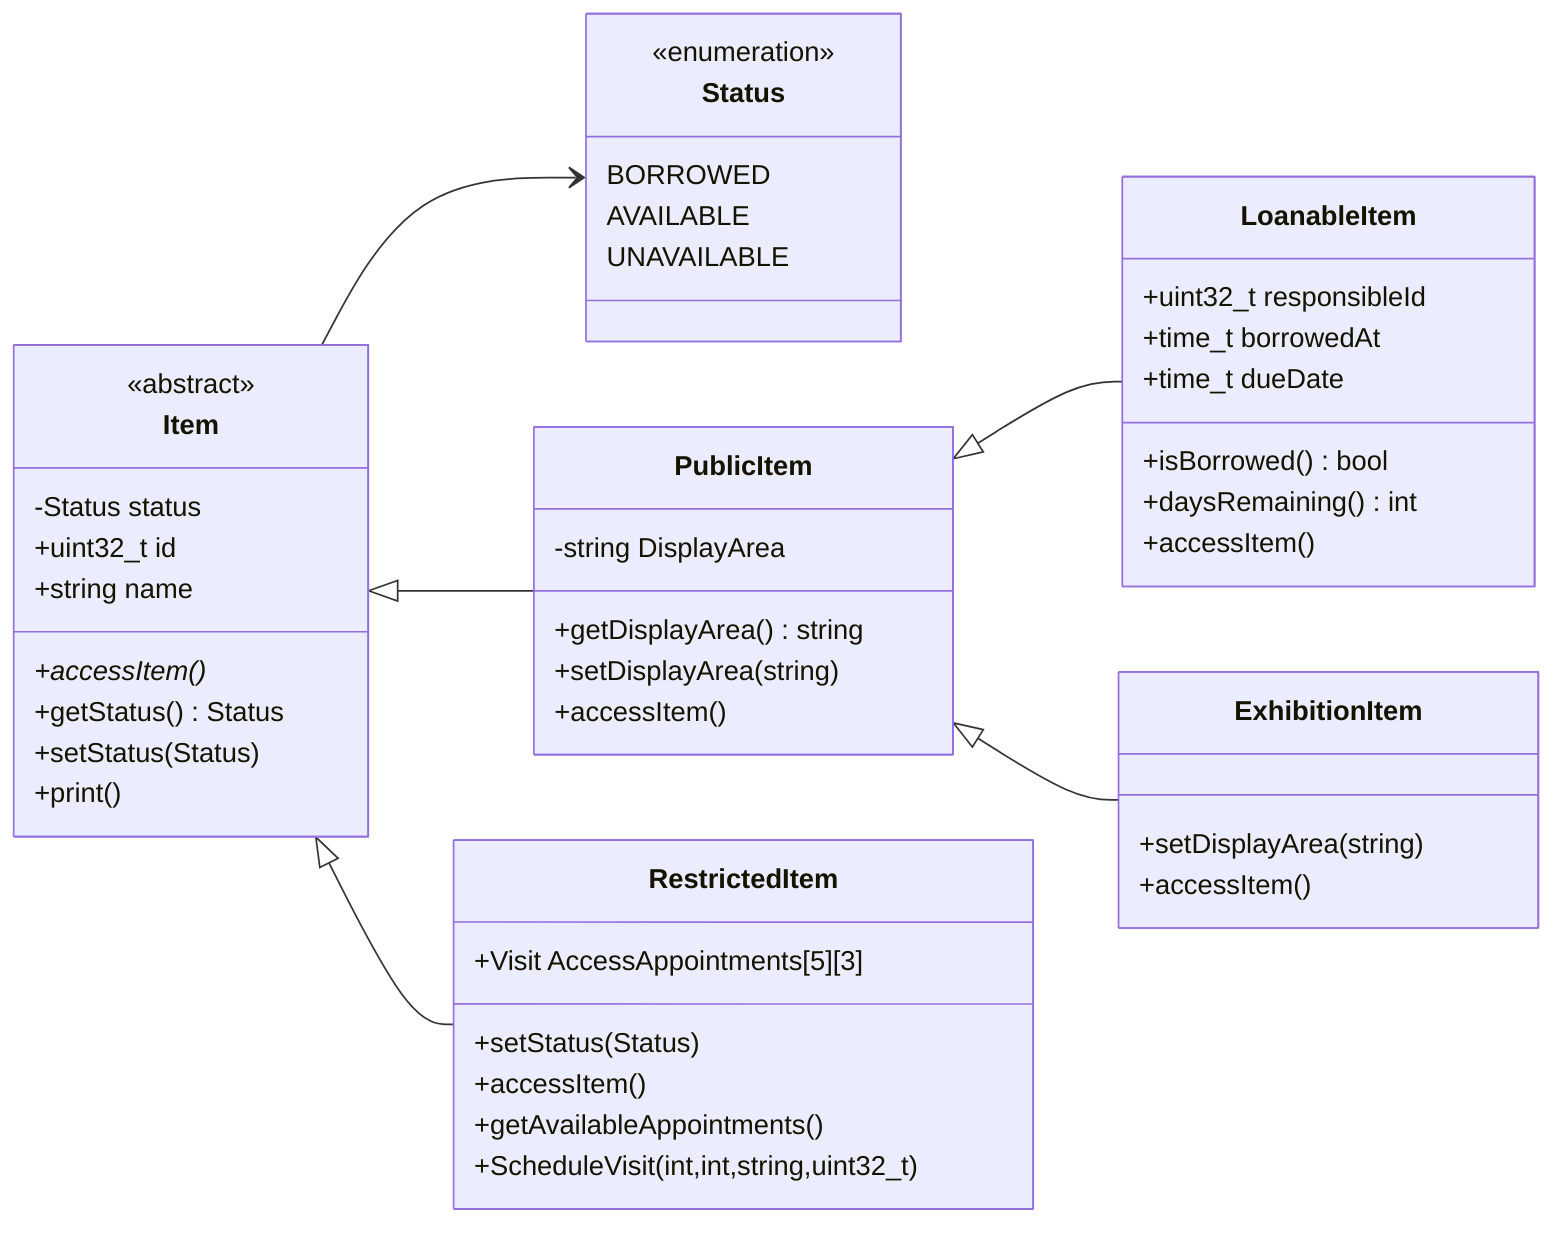
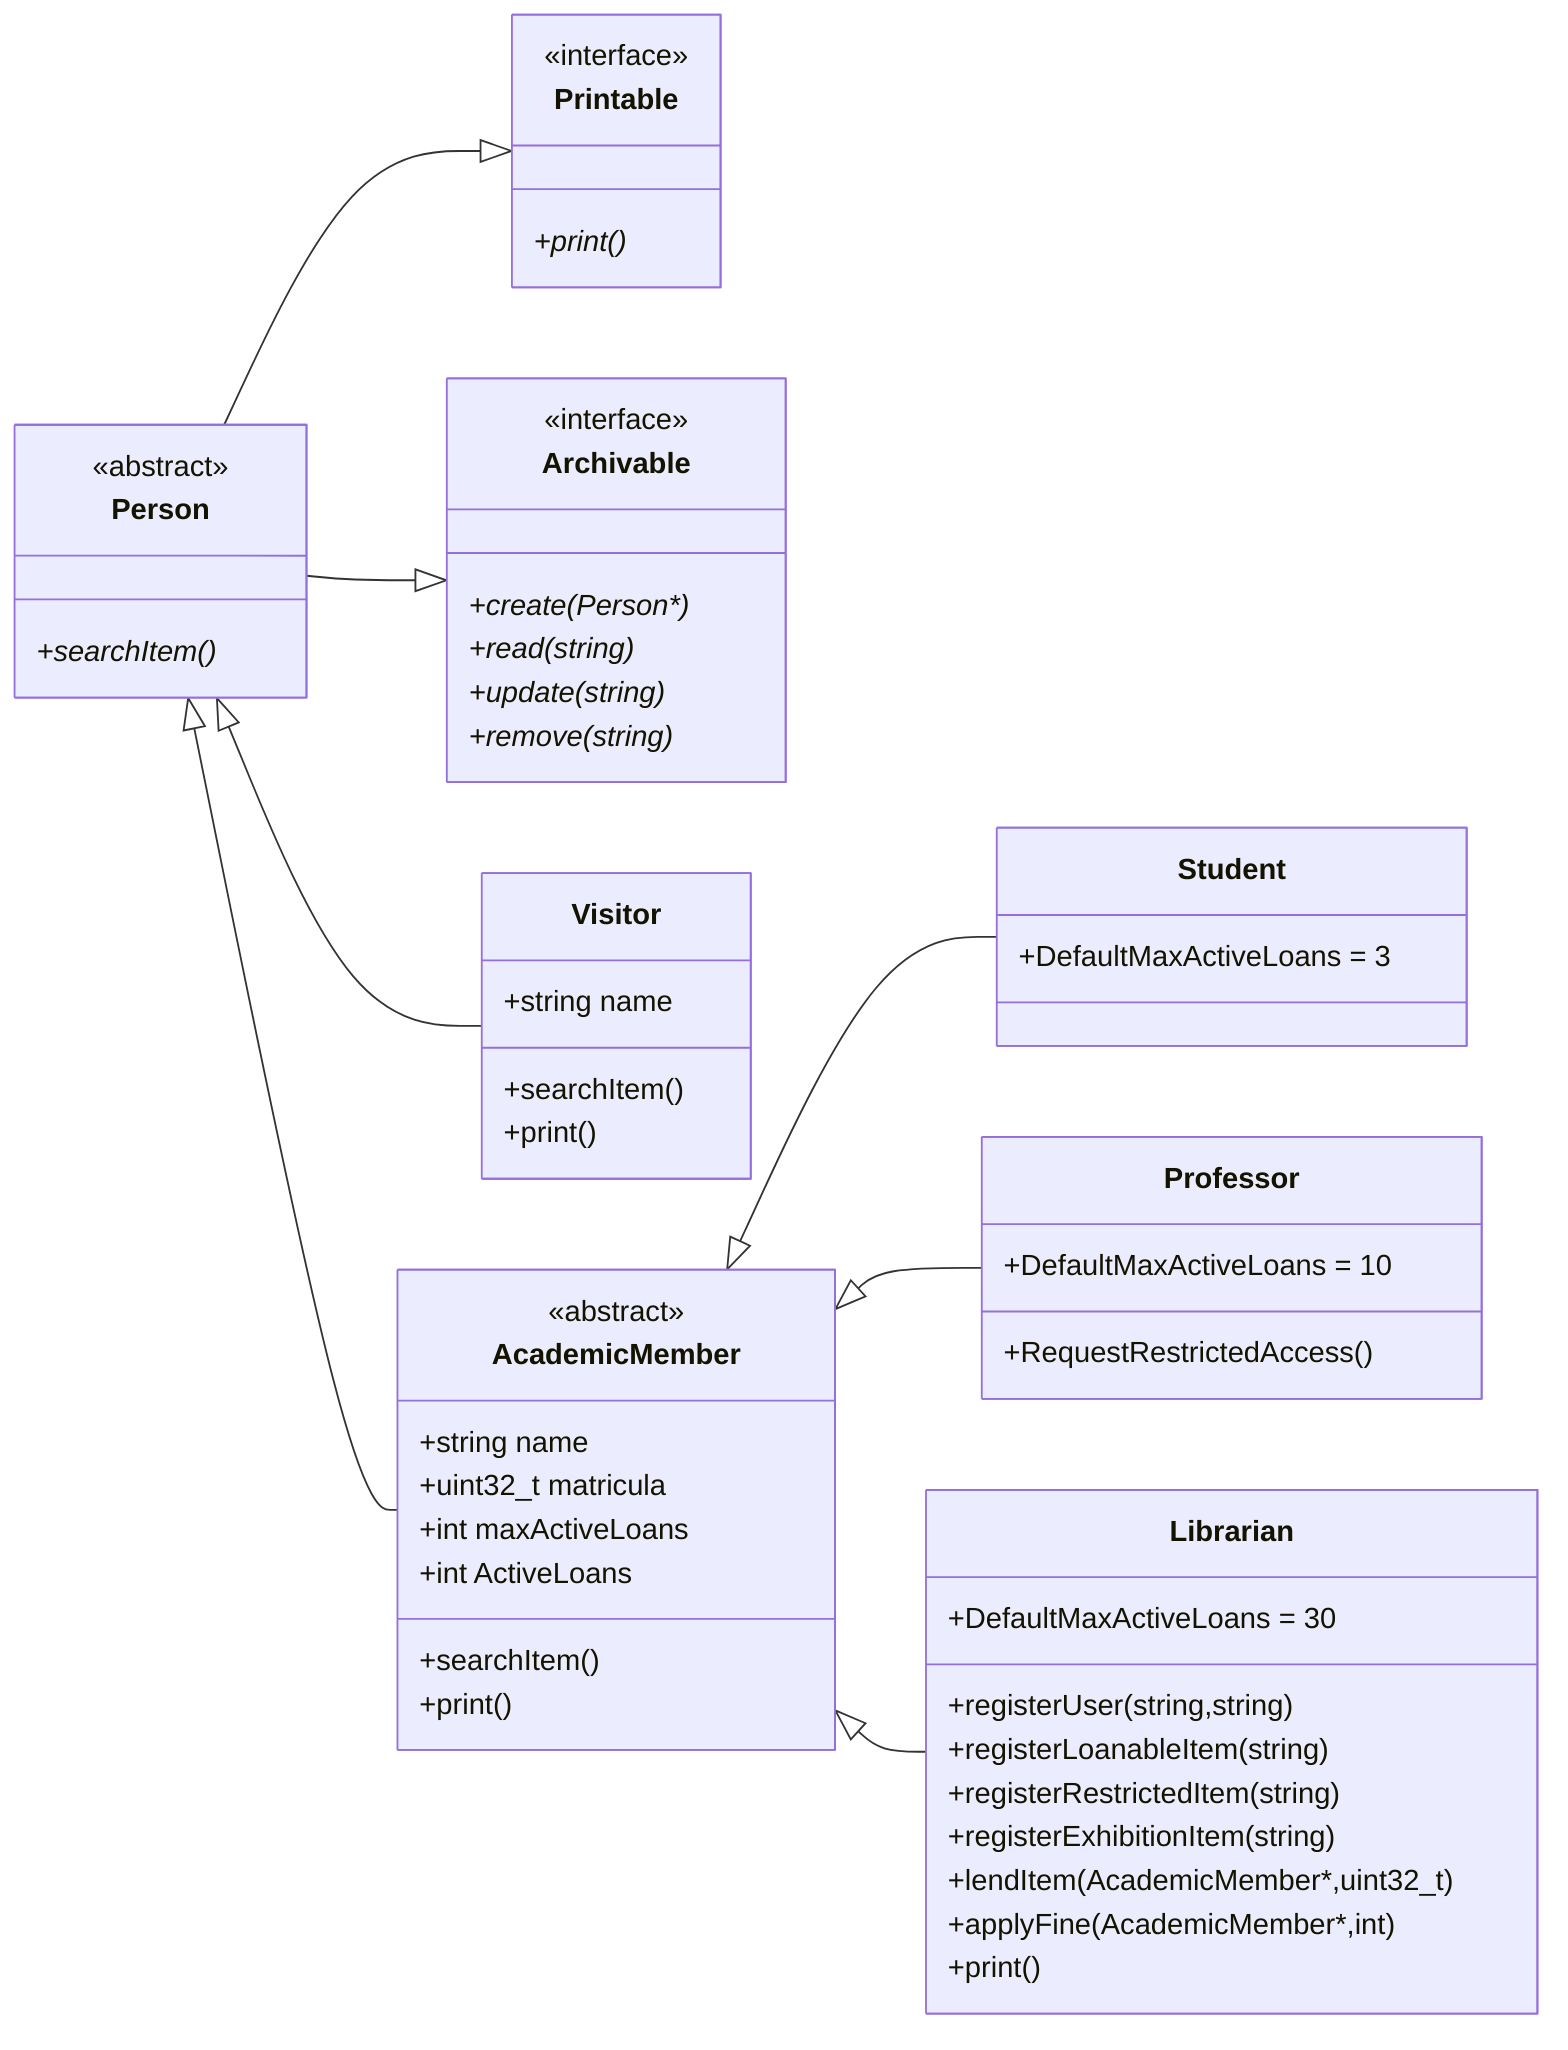
classDiagram
direction LR

- class Status{
-     <<enumeration>>
-     BORROWED
-     AVAILABLE
-     UNAVAILABLE
+ class Printable{
+     <<interface>>
+     +print()*
}

- class Item{
+ class Archivable{
+     <<interface>>
+     +create(Person*)*
+     +read(string)*
+     +update(string)*
+     +remove(string)*
+ }
+ 
+ class Person{
    <<abstract>>
-     -Status status
-     +uint32_t id
+     +searchItem()*
+ }
+ 
+ Person --|> Printable
+ Person --|> Archivable
+ 
+ class Visitor{
    +string name
-     +accessItem()*
-     +getStatus() Status
-     +setStatus(Status)
+     +searchItem()
    +print()
}

- class PublicItem{
-     -string DisplayArea
-     +getDisplayArea() string
-     +setDisplayArea(string)
-     +accessItem()
+ class AcademicMember{
+     <<abstract>>
+     +string name
+     +uint32_t matricula
+     +int maxActiveLoans
+     +int ActiveLoans
+     +searchItem()
+     +print()
}

- class LoanableItem{
-     +uint32_t responsibleId
-     +time_t borrowedAt
-     +time_t dueDate
-     +isBorrowed() bool
-     +daysRemaining() int
-     +accessItem()
+ class Student{
+     +DefaultMaxActiveLoans = 3
}

- class ExhibitionItem{
-     +setDisplayArea(string)
-     +accessItem()
+ class Professor{
+     +DefaultMaxActiveLoans = 10
+     +RequestRestrictedAccess()
}

- class RestrictedItem{
-     +Visit AccessAppointments[5][3]
-     +setStatus(Status)
-     +accessItem()
-     +getAvailableAppointments()
-     +ScheduleVisit(int,int,string,uint32_t)
+ class Librarian{
+     +DefaultMaxActiveLoans = 30
+     +registerUser(string,string)
+     +registerLoanableItem(string)
+     +registerRestrictedItem(string)
+     +registerExhibitionItem(string)
+     +lendItem(AcademicMember*,uint32_t)
+     +applyFine(AcademicMember*,int)
+     +print()
}

- Item <|-- PublicItem
- PublicItem <|-- LoanableItem
- PublicItem <|-- ExhibitionItem
- Item <|-- RestrictedItem
- 
- Item --> Status
+ Person <|-- Visitor
+ Person <|-- AcademicMember
+ AcademicMember <|-- Student
+ AcademicMember <|-- Professor
+ AcademicMember <|-- Librarian
